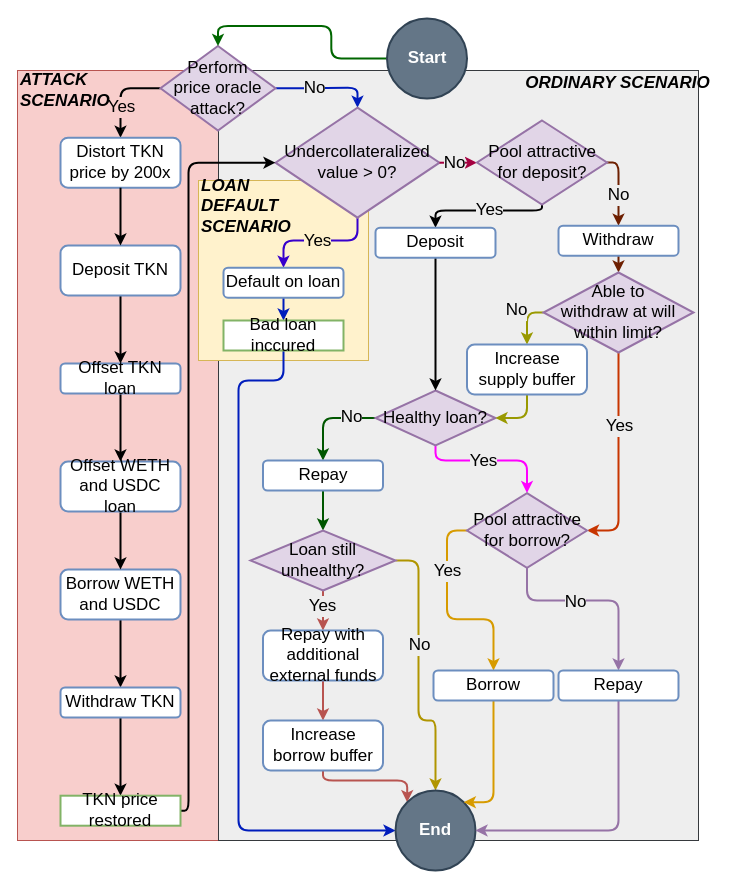
Above: page "user-action" (4 of 4) of assets/arc.drawio in xujiahuayz/auto-gov (draw.io), before the change. Source tidied: cells renumbered, new cells numbered last; positions are measured from the earlier drawing's top-left corner, leaving out a move shared by most shapes. Both pictures are drawn from the tidied source at 100%, with x=0, y=0 at pixel (17, 18).
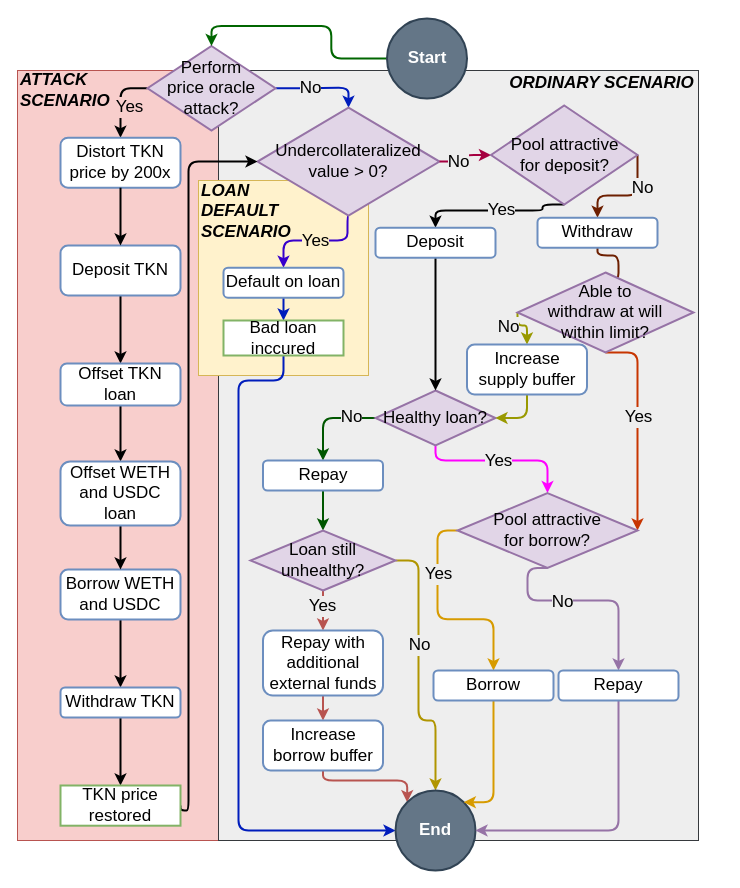
The same diagram, later.

Unchanged cells that the change refers to:
```xml
<mxCell id="5" style="edgeStyle=orthogonalEdgeStyle;rounded=1;jettySize=auto;html=1;exitX=0;exitY=0.5;exitDx=0;exitDy=0;entryX=0.5;entryY=0;entryDx=0;entryDy=0;strokeWidth=2;fontSize=17;" parent="1" edge="1" source="9" target="12">
  <mxGeometry relative="1" as="geometry">
    <Array as="points">
      <mxPoint x="103" y="70" />
    </Array>
  </mxGeometry>
</mxCell>
<mxCell id="27" value="&lt;font style=&quot;font-size: 17px;&quot;&gt;Default on loan&lt;/font&gt;" style="rounded=1;whiteSpace=wrap;html=1;fillColor=#FFFFFF;strokeColor=#6c8ebf;strokeWidth=2;fontSize=17;" parent="1" vertex="1">
  <mxGeometry x="206" y="249.2" width="120" height="30" as="geometry" />
</mxCell>
<mxCell id="40" value="&lt;font style=&quot;font-size: 17px;&quot;&gt;Healthy loan?&lt;/font&gt;" style="rhombus;whiteSpace=wrap;html=1;fillColor=#e1d5e7;strokeColor=#9673a6;strokeWidth=2;fontSize=17;" parent="1" vertex="1">
  <mxGeometry x="358" y="372" width="120" height="55" as="geometry" />
</mxCell>
<mxCell id="42" value="&lt;font style=&quot;font-size: 17px;&quot;&gt;Increase supply buffer&lt;/font&gt;" style="rounded=1;whiteSpace=wrap;html=1;fillColor=#FFFFFF;strokeColor=#6c8ebf;strokeWidth=2;fontSize=17;" parent="1" vertex="1">
  <mxGeometry x="449.5" y="326" width="120" height="50" as="geometry" />
</mxCell>
```

Change to the diagram source:
```diff
@@
     <mxCell id="4" style="rounded=0;whiteSpace=wrap;html=1;fillColor=#fff2cc;strokeColor=#d6b656;fontSize=17;" parent="1" vertex="1">
-      <mxGeometry x="181" y="162" width="170" height="180" as="geometry" />
+      <mxGeometry x="181" y="162" width="170" height="195" as="geometry" />
     </mxCell>
@@
     <mxCell id="6" value="Yes" style="edgeLabel;html=1;align=center;verticalAlign=middle;fontSize=17;labelBackgroundColor=#F8CECC;" parent="5" vertex="1">
       <mxGeometry x="-0.18" relative="1" as="geometry">
-        <mxPoint x="-3" y="19" as="offset" />
+        <mxPoint x="8" y="15" as="offset" />
       </mxGeometry>
     </mxCell>
@@
     <mxCell id="9" value="&lt;font style=&quot;font-size: 17px;&quot;&gt;Perform&lt;br style=&quot;font-size: 17px;&quot;&gt;price oracle&lt;br style=&quot;font-size: 17px;&quot;&gt;attack?&lt;/font&gt;" style="rhombus;whiteSpace=wrap;html=1;fillColor=#e1d5e7;strokeColor=#9673a6;strokeWidth=2;fontSize=17;" parent="1" vertex="1">
-      <mxGeometry x="143" y="27.5" width="115" height="84.5" as="geometry" />
+      <mxGeometry x="130" y="27.5" width="128" height="84.5" as="geometry" />
     </mxCell>
@@
     <mxCell id="14" value="&lt;font style=&quot;font-size: 17px;&quot;&gt;Offset TKN loan&lt;/font&gt;" style="rounded=1;whiteSpace=wrap;html=1;fillColor=#FFFFFF;strokeColor=#6c8ebf;strokeWidth=2;flipH=1;fontSize=17;" parent="1" vertex="1">
-      <mxGeometry x="43" y="345" width="120" height="30" as="geometry" />
+      <mxGeometry x="43" y="345" width="120" height="42" as="geometry" />
     </mxCell>
@@
     <mxCell id="20" value="&lt;font style=&quot;font-size: 17px;&quot;&gt;Offset WETH and USDC loan&lt;/font&gt;" style="rounded=1;whiteSpace=wrap;html=1;fillColor=#FFFFFF;strokeColor=#6c8ebf;strokeWidth=2;flipH=1;fontSize=17;" parent="1" vertex="1">
-      <mxGeometry x="43" y="443" width="120" height="50" as="geometry" />
+      <mxGeometry x="43" y="443" width="120" height="64" as="geometry" />
     </mxCell>
-    <mxCell id="21" style="edgeStyle=orthogonalEdgeStyle;rounded=1;jettySize=auto;html=1;strokeColor=#3700CC;strokeWidth=2;fontSize=17;fillColor=#6a00ff;entryX=0.5;entryY=0;entryDx=0;entryDy=0;" parent="1" edge="1" source="23" target="27">
+    <mxCell id="21" style="edgeStyle=orthogonalEdgeStyle;rounded=1;jettySize=auto;html=1;strokeColor=#3700CC;strokeWidth=2;fontSize=17;fillColor=#6a00ff;entryX=0.5;entryY=0;entryDx=0;entryDy=0;exitX=0.5;exitY=1;exitDx=0;exitDy=0;" parent="1" edge="1" source="23" target="27">
       <mxGeometry relative="1" as="geometry">
         <Array as="points">
-          <mxPoint x="340" y="222" />
+          <mxPoint x="330" y="222" />
           <mxPoint x="266" y="222" />
         </Array>
       </mxGeometry>
     </mxCell>
@@
     <mxCell id="23" value="&lt;font style=&quot;font-size: 17px;&quot;&gt;Undercollateralized&lt;br style=&quot;font-size: 17px;&quot;&gt;value&amp;nbsp;&amp;gt; 0?&lt;/font&gt;" style="rhombus;whiteSpace=wrap;html=1;fillColor=#e1d5e7;strokeColor=#9673a6;strokeWidth=2;fontSize=17;" parent="1" vertex="1">
-      <mxGeometry x="258" y="89.2" width="164" height="110" as="geometry" />
+      <mxGeometry x="240" y="89.2" width="182" height="107.8" as="geometry" />
     </mxCell>
@@
     <mxCell id="29" value="&lt;font style=&quot;font-size: 17px;&quot;&gt;Bad loan inccured&lt;/font&gt;" style="rounded=0;whiteSpace=wrap;html=1;fillColor=#FFFFFF;strokeColor=#82b366;strokeWidth=2;fontSize=17;" parent="1" vertex="1">
-      <mxGeometry x="206" y="302" width="120" height="30" as="geometry" />
+      <mxGeometry x="206" y="302" width="120" height="35" as="geometry" />
     </mxCell>
@@
     <mxCell id="31" style="edgeStyle=orthogonalEdgeStyle;rounded=1;jettySize=auto;html=1;strokeColor=#999900;strokeWidth=2;fontSize=17;fillColor=#1ba1e2;exitX=0;exitY=0.5;exitDx=0;exitDy=0;entryX=0.5;entryY=0;entryDx=0;entryDy=0;" parent="1" edge="1" source="35" target="42">
       <mxGeometry relative="1" as="geometry">
         <Array as="points">
-          <mxPoint x="509" y="294" />
+          <mxPoint x="500" y="307" />
+          <mxPoint x="509" y="307" />
         </Array>
       </mxGeometry>
     </mxCell>
     <mxCell id="32" value="No" style="edgeLabel;html=1;align=center;verticalAlign=middle;fontSize=17;labelBackgroundColor=#EEEEEE;" parent="31" vertex="1">
       <mxGeometry x="0.25" relative="1" as="geometry">
-        <mxPoint x="-11" y="-16" as="offset" />
+        <mxPoint x="-19" y="-2" as="offset" />
       </mxGeometry>
     </mxCell>
     <mxCell id="33" style="edgeStyle=orthogonalEdgeStyle;rounded=1;jettySize=auto;html=1;entryX=1;entryY=0.5;entryDx=0;entryDy=0;strokeWidth=2;fontSize=17;exitX=0.5;exitY=1;exitDx=0;exitDy=0;fillColor=#fa6800;strokeColor=#C73500;" parent="1" edge="1" source="35" target="62">
       <mxGeometry relative="1" as="geometry">
         <Array as="points">
-          <mxPoint x="601" y="512" />
+          <mxPoint x="620" y="334" />
         </Array>
       </mxGeometry>
     </mxCell>
     <mxCell id="34" value="Yes" style="edgeLabel;html=1;align=center;verticalAlign=middle;fontSize=17;labelBackgroundColor=#EEEEEE;" parent="33" vertex="1">
       <mxGeometry x="-0.06" y="-1" relative="1" as="geometry">
-        <mxPoint x="1" y="-25" as="offset" />
+        <mxPoint x="1" y="-3" as="offset" />
       </mxGeometry>
     </mxCell>
     <mxCell id="35" value="&lt;font style=&quot;font-size: 17px;&quot;&gt;Able to&lt;br style=&quot;font-size: 17px;&quot;&gt;withdraw at will&lt;br style=&quot;font-size: 17px;&quot;&gt;within limit?&lt;/font&gt;" style="rhombus;whiteSpace=wrap;html=1;fillColor=#e1d5e7;strokeColor=#9673a6;strokeWidth=2;fontSize=17;" parent="1" vertex="1">
-      <mxGeometry x="526" y="254" width="150" height="80" as="geometry" />
+      <mxGeometry x="500" y="254" width="176" height="80" as="geometry" />
     </mxCell>
     <mxCell id="36" style="edgeStyle=orthogonalEdgeStyle;rounded=1;jettySize=auto;html=1;entryX=0.5;entryY=0;entryDx=0;entryDy=0;strokeColor=#FF00FF;strokeWidth=2;fontSize=17;exitX=0.5;exitY=1;exitDx=0;exitDy=0;" parent="1" edge="1" source="40" target="62">
       <mxGeometry relative="1" as="geometry">
         <Array as="points">
           <mxPoint x="418" y="442" />
-          <mxPoint x="509" y="442" />
+          <mxPoint x="530" y="442" />
         </Array>
       </mxGeometry>
     </mxCell>
@@
     <mxCell id="51" value="&lt;font style=&quot;font-size: 17px;&quot;&gt;Repay with additional external funds&lt;/font&gt;" style="rounded=1;whiteSpace=wrap;html=1;strokeWidth=2;fillColor=#FFFFFF;strokeColor=#6c8ebf;flipV=1;fontSize=17;" parent="1" vertex="1">
-      <mxGeometry x="245.5" y="612" width="120" height="50" as="geometry" />
+      <mxGeometry x="245.5" y="612" width="120" height="65" as="geometry" />
     </mxCell>
@@
     <mxCell id="57" value="&lt;font style=&quot;font-size: 17px;&quot;&gt;TKN price restored&lt;/font&gt;" style="rounded=0;whiteSpace=wrap;html=1;fillColor=#FFFFFF;strokeColor=#82b366;strokeWidth=2;flipH=1;fontSize=17;" parent="1" vertex="1">
-      <mxGeometry x="43" y="777.2" width="120" height="30" as="geometry" />
+      <mxGeometry x="43" y="767" width="120" height="40.2" as="geometry" />
     </mxCell>
@@
     <mxCell id="62" value="&lt;span style=&quot;font-size: 17px;&quot;&gt;Pool attractive&lt;br style=&quot;font-size: 17px;&quot;&gt;for borrow?&lt;/span&gt;" style="rhombus;whiteSpace=wrap;html=1;fillColor=#e1d5e7;strokeColor=#9673a6;strokeWidth=2;fontSize=17;" parent="1" vertex="1">
-      <mxGeometry x="449.5" y="474.6" width="120" height="74.8" as="geometry" />
+      <mxGeometry x="440" y="474.6" width="180" height="74.8" as="geometry" />
     </mxCell>
@@
-    <mxCell id="69" style="edgeStyle=orthogonalEdgeStyle;rounded=1;jettySize=auto;html=1;entryX=0.5;entryY=0;entryDx=0;entryDy=0;strokeWidth=2;fillColor=#a0522d;strokeColor=#6D1F00;fontSize=17;" parent="1" edge="1" source="71" target="72">
+    <mxCell id="69" style="edgeStyle=orthogonalEdgeStyle;rounded=1;jettySize=auto;html=1;entryX=0.5;entryY=0;entryDx=0;entryDy=0;strokeWidth=2;fillColor=#a0522d;strokeColor=#6D1F00;fontSize=17;exitX=1;exitY=0.5;exitDx=0;exitDy=0;" parent="1" edge="1" source="71" target="72">
       <mxGeometry relative="1" as="geometry">
         <Array as="points">
-          <mxPoint x="601" y="144" />
+          <mxPoint x="620" y="177" />
+          <mxPoint x="580" y="177" />
         </Array>
       </mxGeometry>
     </mxCell>
     <mxCell id="70" value="No" style="edgeLabel;html=1;align=center;verticalAlign=middle;fontSize=17;labelBackgroundColor=#EEEEEE;" parent="69" vertex="1">
       <mxGeometry x="-0.07" y="-2" relative="1" as="geometry">
-        <mxPoint x="1" y="9" as="offset" />
+        <mxPoint x="12" y="-6" as="offset" />
       </mxGeometry>
     </mxCell>
     <mxCell id="71" value="&lt;span style=&quot;font-size: 17px;&quot;&gt;Pool attractive&lt;br style=&quot;font-size: 17px;&quot;&gt;for deposit?&lt;/span&gt;" style="rhombus;whiteSpace=wrap;html=1;fillColor=#e1d5e7;strokeColor=#9673a6;strokeWidth=2;fontSize=17;" parent="1" vertex="1">
-      <mxGeometry x="459.5" y="102" width="130" height="84" as="geometry" />
+      <mxGeometry x="473.5" y="87" width="146.5" height="99" as="geometry" />
     </mxCell>
     <mxCell id="72" value="&lt;font style=&quot;font-size: 17px;&quot;&gt;Withdraw&lt;/font&gt;" style="rounded=1;whiteSpace=wrap;html=1;fillColor=#FFFFFF;strokeColor=#6c8ebf;strokeWidth=2;fontSize=17;" parent="1" vertex="1">
-      <mxGeometry x="541" y="207.2" width="120" height="30" as="geometry" />
+      <mxGeometry x="520" y="199.2" width="120" height="30" as="geometry" />
     </mxCell>
@@
     <mxCell id="78" value="&lt;b style=&quot;font-size: 17px;&quot;&gt;&lt;i style=&quot;font-size: 17px;&quot;&gt;LOAN&lt;br style=&quot;font-size: 17px;&quot;&gt;DEFAULT&lt;br style=&quot;font-size: 17px;&quot;&gt;SCENARIO&lt;/i&gt;&lt;/b&gt;" style="text;html=1;align=left;verticalAlign=middle;strokeColor=none;fillColor=none;fontSize=17;" parent="1" vertex="1">
-      <mxGeometry x="182" y="153" width="110" height="70" as="geometry" />
+      <mxGeometry x="182" y="158" width="110" height="70" as="geometry" />
     </mxCell>
     <mxCell id="79" value="&lt;b style=&quot;font-size: 17px;&quot;&gt;&lt;i style=&quot;font-size: 17px;&quot;&gt;&lt;font style=&quot;font-size: 17px;&quot;&gt;ORDINARY SCENARIO&lt;/font&gt;&lt;/i&gt;&lt;/b&gt;" style="text;html=1;align=center;verticalAlign=middle;strokeColor=none;fillColor=none;fontSize=17;" parent="1" vertex="1">
-      <mxGeometry x="495" y="50" width="210" height="30" as="geometry" />
+      <mxGeometry x="479" y="50" width="210" height="30" as="geometry" />
     </mxCell>
```
